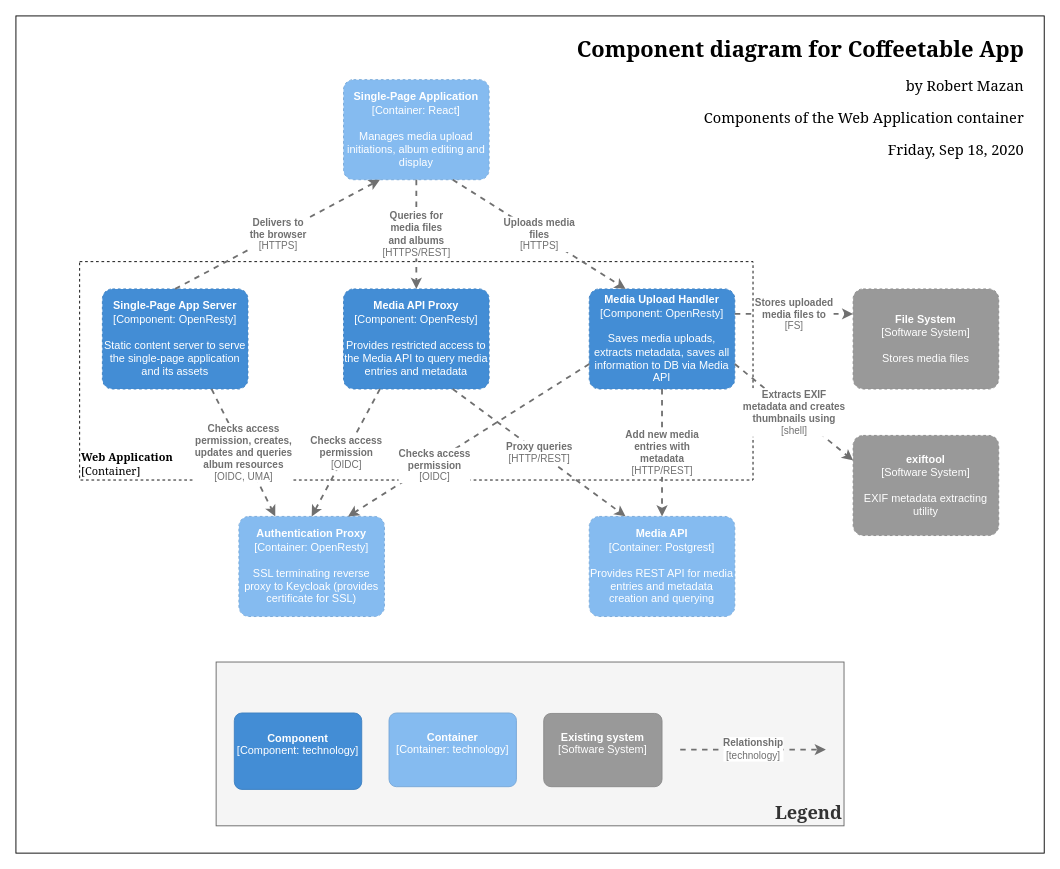
This is page "Component: Web Application" (3 of 6) of docs/images/coffeetable.drawio from robmazan/coffeetable, a draw.io file, before an edit. Source tidied: cells renumbered, new cells numbered last; positions are measured from the earlier drawing's top-left corner, leaving out a move shared by most shapes. Both pictures are drawn from the tidied source at 91%, with x=0, y=0 at pixel (15, 15).
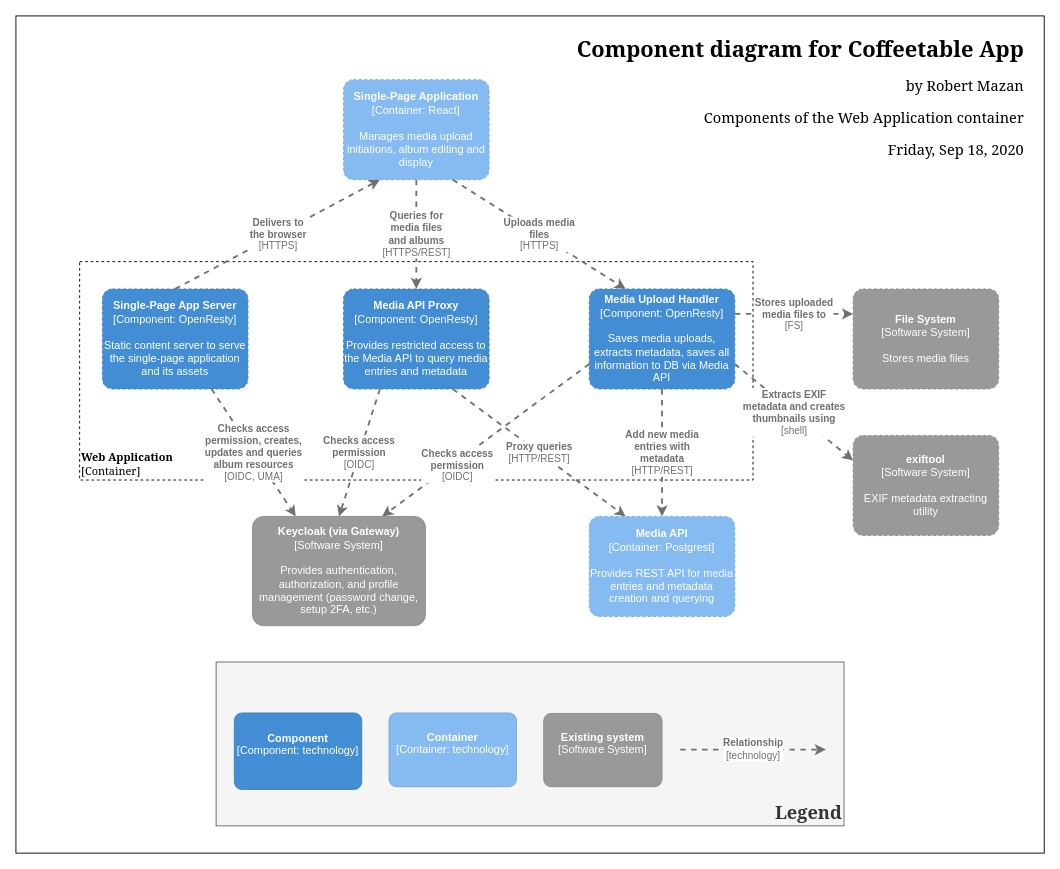
The same diagram, later.

Unchanged cells that the change refers to:
```xml
<object id="9" label="&lt;b&gt;%c4Name%&lt;/b&gt;&lt;div&gt;[%c4Type%: %c4Technology%]&lt;/div&gt;&lt;br&gt;&lt;div&gt;%c4Description%&lt;/div&gt;" c4Description="Static content server to serve the single-page application and its assets" c4Name="Single-Page App Server" c4Technology="OpenResty" c4Type="Component" placeholders="1">
  <mxCell style="rounded=1;whiteSpace=wrap;html=1;labelBackgroundColor=none;fillColor=#438DD5;fontColor=#ffffff;align=center;arcSize=10;strokeColor=#3C7FC0;metaData={&quot;c4Type&quot;:{&quot;editable&quot;:false}};points=[[0.25,0,0],[0.5,0,0],[0.75,0,0],[1,0.25,0],[1,0.5,0],[1,0.75,0],[0.75,1,0],[0.5,1,0],[0.25,1,0],[0,0.75,0],[0,0.5,0],[0,0.25,0]];dashed=1;" parent="1" vertex="1">
    <mxGeometry x="95" y="300" width="160" height="110" as="geometry" />
  </mxCell>
</object>
<object id="12" label="&lt;b&gt;%c4Name%&lt;/b&gt;&lt;div&gt;[%c4Type%: %c4Technology%]&lt;/div&gt;&lt;br&gt;&lt;div&gt;%c4Description%&lt;/div&gt;" c4Description="Saves media uploads, extracts metadata, saves all information to DB via Media API" c4Name="Media Upload Handler" c4Technology="OpenResty" c4Type="Component" placeholders="1">
  <mxCell style="rounded=1;whiteSpace=wrap;html=1;labelBackgroundColor=none;fillColor=#438DD5;fontColor=#ffffff;align=center;arcSize=10;strokeColor=#3C7FC0;metaData={&quot;c4Type&quot;:{&quot;editable&quot;:false}};points=[[0.25,0,0],[0.5,0,0],[0.75,0,0],[1,0.25,0],[1,0.5,0],[1,0.75,0],[0.75,1,0],[0.5,1,0],[0.25,1,0],[0,0.75,0],[0,0.5,0],[0,0.25,0]];dashed=1;" parent="1" vertex="1">
    <mxGeometry x="630" y="300" width="160" height="110" as="geometry" />
  </mxCell>
</object>
<object id="13" label="&lt;b&gt;%c4Name%&lt;/b&gt;&lt;div&gt;[%c4Type%: %c4Technology%]&lt;/div&gt;&lt;br&gt;&lt;div&gt;%c4Description%&lt;/div&gt;" c4Description="Provides restricted access to the Media API to query media entries and metadata" c4Name="Media API Proxy" c4Technology="OpenResty" c4Type="Component" placeholders="1">
  <mxCell style="rounded=1;whiteSpace=wrap;html=1;labelBackgroundColor=none;fillColor=#438DD5;fontColor=#ffffff;align=center;arcSize=10;strokeColor=#3C7FC0;metaData={&quot;c4Type&quot;:{&quot;editable&quot;:false}};points=[[0.25,0,0],[0.5,0,0],[0.75,0,0],[1,0.25,0],[1,0.5,0],[1,0.75,0],[0.75,1,0],[0.5,1,0],[0.25,1,0],[0,0.75,0],[0,0.5,0],[0,0.25,0]];dashed=1;" parent="1" vertex="1">
    <mxGeometry x="360" y="300" width="160" height="110" as="geometry" />
  </mxCell>
</object>
```

The edit, as a diff of the source:
```diff
@@
-    <object id="5" label="&lt;b&gt;%c4Name%&lt;/b&gt;&lt;div&gt;[%c4Type%: %c4Technology%]&lt;/div&gt;&lt;br&gt;&lt;div&gt;%c4Description%&lt;/div&gt;" c4Description="SSL terminating reverse proxy to Keycloak (provides certificate for SSL)" c4Name="Authentication Proxy" c4Technology="OpenResty" c4Type="Container" placeholders="1">
-      <mxCell style="rounded=1;whiteSpace=wrap;html=1;labelBackgroundColor=none;fillColor=#85BBF0;fontColor=#ffffff;align=center;arcSize=10;strokeColor=#78A8D8;metaData={&quot;c4Type&quot;:{&quot;editable&quot;:false}};points=[[0.25,0,0],[0.5,0,0],[0.75,0,0],[1,0.25,0],[1,0.5,0],[1,0.75,0],[0.75,1,0],[0.5,1,0],[0.25,1,0],[0,0.75,0],[0,0.5,0],[0,0.25,0]];dashed=1;" parent="1" vertex="1">
-        <mxGeometry x="245" y="550" width="160" height="110" as="geometry" />
-      </mxCell>
-    </object>
@@
     <object id="11" label="&lt;div style=&quot;text-align: left&quot;&gt;&lt;div style=&quot;text-align: center&quot;&gt;&lt;b&gt;%c4Description%&lt;/b&gt;&lt;/div&gt;&lt;div style=&quot;text-align: center&quot;&gt;[%c4Technology%]&lt;/div&gt;&lt;/div&gt;" c4Description="Checks access&#10;permission, creates,&#10;updates and queries&#10;album resources" c4Technology="OIDC, UMA" placeholders="1">
-      <mxCell style="edgeStyle=none;rounded=0;html=1;jettySize=auto;strokeColor=#707070;strokeWidth=2;fontColor=#707070;jumpStyle=none;dashed=1;metaData={&quot;c4Type&quot;:{&quot;editable&quot;:false}};exitX=0.75;exitY=1;exitDx=0;exitDy=0;exitPerimeter=0;entryX=0.25;entryY=0;entryDx=0;entryDy=0;entryPerimeter=0;" parent="1" edge="1" source="9" target="5">
+      <mxCell style="edgeStyle=none;rounded=0;html=1;jettySize=auto;strokeColor=#707070;strokeWidth=2;fontColor=#707070;jumpStyle=none;dashed=1;metaData={&quot;c4Type&quot;:{&quot;editable&quot;:false}};exitX=0.75;exitY=1;exitDx=0;exitDy=0;exitPerimeter=0;entryX=0.25;entryY=0;entryDx=0;entryDy=0;entryPerimeter=0;" parent="1" edge="1" source="9" target="28">
         <mxGeometry relative="1" as="geometry" />
       </mxCell>
     </object>
@@
     <object id="14" label="&lt;div style=&quot;text-align: left&quot;&gt;&lt;div style=&quot;text-align: center&quot;&gt;&lt;b&gt;%c4Description%&lt;/b&gt;&lt;/div&gt;&lt;div style=&quot;text-align: center&quot;&gt;[%c4Technology%]&lt;/div&gt;&lt;/div&gt;" c4Description="Checks access&#10;permission" c4Technology="OIDC" placeholders="1">
-      <mxCell style="edgeStyle=none;rounded=0;html=1;entryX=0.75;entryY=0;jettySize=auto;strokeColor=#707070;strokeWidth=2;fontColor=#707070;jumpStyle=none;dashed=1;metaData={&quot;c4Type&quot;:{&quot;editable&quot;:false}};exitX=0;exitY=0.75;exitDx=0;exitDy=0;exitPerimeter=0;entryDx=0;entryDy=0;entryPerimeter=0;" parent="1" edge="1" source="12" target="5">
+      <mxCell style="edgeStyle=none;rounded=0;html=1;entryX=0.75;entryY=0;jettySize=auto;strokeColor=#707070;strokeWidth=2;fontColor=#707070;jumpStyle=none;dashed=1;metaData={&quot;c4Type&quot;:{&quot;editable&quot;:false}};exitX=0;exitY=0.75;exitDx=0;exitDy=0;exitPerimeter=0;entryDx=0;entryDy=0;entryPerimeter=0;" parent="1" edge="1" source="12" target="28">
         <mxGeometry x="0.3" y="3" relative="1" as="geometry">
           <mxPoint x="1" as="offset" />
         </mxGeometry>
       </mxCell>
     </object>
@@
     <object id="17" label="&lt;div style=&quot;text-align: left&quot;&gt;&lt;div style=&quot;text-align: center&quot;&gt;&lt;b&gt;%c4Description%&lt;/b&gt;&lt;/div&gt;&lt;div style=&quot;text-align: center&quot;&gt;[%c4Technology%]&lt;/div&gt;&lt;/div&gt;" c4Description="Checks access&#10;permission" c4Technology="OIDC" placeholders="1">
-      <mxCell style="edgeStyle=none;rounded=0;html=1;entryX=0.5;entryY=0;jettySize=auto;strokeColor=#707070;strokeWidth=2;fontColor=#707070;jumpStyle=none;dashed=1;metaData={&quot;c4Type&quot;:{&quot;editable&quot;:false}};exitX=0.25;exitY=1;exitDx=0;exitDy=0;exitPerimeter=0;entryDx=0;entryDy=0;entryPerimeter=0;" parent="1" edge="1" source="13" target="5">
+      <mxCell style="edgeStyle=none;rounded=0;html=1;entryX=0.5;entryY=0;jettySize=auto;strokeColor=#707070;strokeWidth=2;fontColor=#707070;jumpStyle=none;dashed=1;metaData={&quot;c4Type&quot;:{&quot;editable&quot;:false}};exitX=0.25;exitY=1;exitDx=0;exitDy=0;exitPerimeter=0;entryDx=0;entryDy=0;entryPerimeter=0;" parent="1" edge="1" source="13" target="28">
         <mxGeometry relative="1" as="geometry" />
       </mxCell>
     </object>
@@
+    <object id="28" label="&lt;b&gt;%c4Name%&lt;/b&gt;&lt;div&gt;[%c4Type%]&lt;/div&gt;&lt;br&gt;&lt;div&gt;%c4Description%&lt;/div&gt;" c4Description="Provides authentication, authorization, and profile management (password change, setup 2FA, etc.)" c4Name="Keycloak (via Gateway)" c4Type="Software System" placeholders="1">
+      <mxCell style="rounded=1;whiteSpace=wrap;html=1;labelBackgroundColor=none;fillColor=#999999;fontColor=#ffffff;align=center;arcSize=10;strokeColor=#8A8A8A;metaData={&quot;c4Type&quot;:{&quot;editable&quot;:false}};points=[[0.25,0,0],[0.5,0,0],[0.75,0,0],[1,0.25,0],[1,0.5,0],[1,0.75,0],[0.75,1,0],[0.5,1,0],[0.25,1,0],[0,0.75,0],[0,0.5,0],[0,0.25,0]];" parent="1" vertex="1">
+        <mxGeometry x="260" y="550" width="190" height="120" as="geometry" />
+      </mxCell>
+    </object>
```
